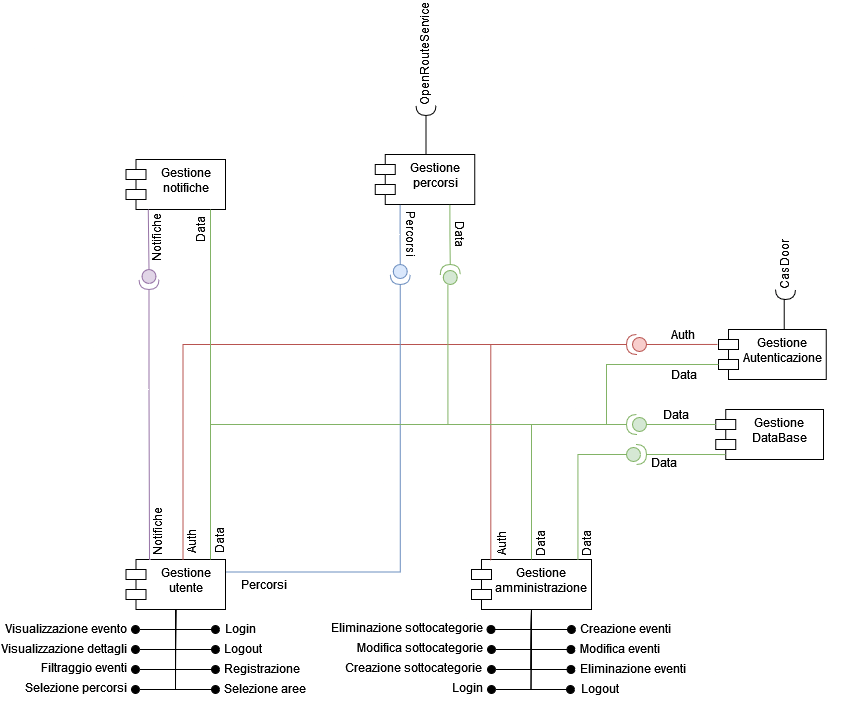
ELI20ZIVI/BeeLive keeps this draw.io diagram as Deliverable-2/Images/ComponentDiagram.png. Above is the earlier version. Source tidied: cells renumbered, new cells last; positions are measured from the earlier drawing's top-left corner, leaving out a move shared by most shapes.
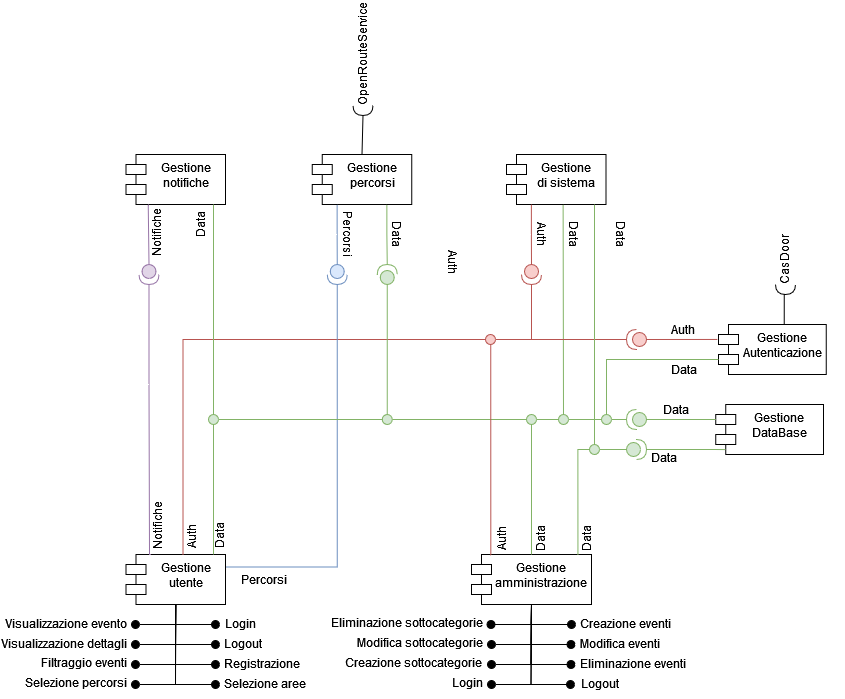
Above is the later version.

What changed in the source:
```diff
@@ -253,13 +253,11 @@
     <mxCell id="56" style="edgeStyle=orthogonalEdgeStyle;rounded=0;jettySize=auto;html=1;exitX=1;exitY=0.5;exitDx=0;exitDy=0;exitPerimeter=0;endArrow=none;endFill=0;fillColor=#f8cecc;strokeColor=#b85450;entryX=0.573;entryY=0.018;entryDx=0;entryDy=0;entryPerimeter=0;" parent="1" edge="1" source="10" target="2">
       <mxGeometry relative="1" as="geometry" />
     </mxCell>
-    <mxCell id="57" style="edgeStyle=orthogonalEdgeStyle;rounded=0;orthogonalLoop=1;jettySize=auto;html=1;entryX=1;entryY=0.5;entryDx=0;entryDy=0;entryPerimeter=0;endArrow=none;endFill=0;fillColor=#d5e8d4;strokeColor=#82b366;" parent="1" edge="1">
+    <mxCell id="57" style="edgeStyle=orthogonalEdgeStyle;rounded=0;jettySize=auto;html=1;entryX=1;entryY=0.5;entryDx=0;entryDy=0;entryPerimeter=0;endArrow=none;endFill=0;fillColor=#d5e8d4;strokeColor=#82b366;" parent="1" edge="1" target="53">
       <mxGeometry relative="1" as="geometry">
-        <mxPoint x="210" y="170" as="sourcePoint" />
-        <mxPoint x="626" y="385" as="targetPoint" />
+        <mxPoint x="213" y="170" as="sourcePoint" />
         <Array as="points">
-          <mxPoint x="210" y="170" />
-          <mxPoint x="210" y="385" />
+          <mxPoint x="213" y="385" />
         </Array>
       </mxGeometry>
     </mxCell>
@@ -280,17 +278,17 @@
       <mxGeometry relative="1" as="geometry" />
     </mxCell>
     <mxCell id="62" value="Gestione percorsi" style="shape=module;align=left;spacingLeft=20;align=center;verticalAlign=top;whiteSpace=wrap;html=1;" parent="1" vertex="1">
-      <mxGeometry x="374.8" y="115" width="99.5" height="50" as="geometry" />
+      <mxGeometry x="311.8" y="120" width="99.5" height="50" as="geometry" />
     </mxCell>
     <mxCell id="63" style="edgeStyle=orthogonalEdgeStyle;rounded=0;jettySize=auto;html=1;exitX=1;exitY=0.5;exitDx=0;exitDy=0;exitPerimeter=0;entryX=1;entryY=0.25;entryDx=0;entryDy=0;endArrow=none;endFill=0;fillColor=#dae8fc;strokeColor=#6c8ebf;" parent="1" edge="1" source="64" target="2">
       <mxGeometry relative="1" as="geometry">
         <Array as="points">
-          <mxPoint x="400" y="533" />
+          <mxPoint x="337" y="533" />
         </Array>
       </mxGeometry>
     </mxCell>
     <mxCell id="64" style="shape=providedRequiredInterface;html=1;verticalLabelPosition=bottom;sketch=0;rotation=90;fillColor=#dae8fc;strokeColor=#6c8ebf;" parent="1" vertex="1">
-      <mxGeometry x="389.8" y="225" width="20" height="20" as="geometry" />
+      <mxGeometry x="326.8" y="230" width="20" height="20" as="geometry" />
     </mxCell>
     <mxCell id="65" style="edgeStyle=orthogonalEdgeStyle;rounded=0;jettySize=auto;html=1;exitX=0.25;exitY=1;exitDx=0;exitDy=0;entryX=0;entryY=0.5;entryDx=0;entryDy=0;entryPerimeter=0;endArrow=none;endFill=0;fillColor=#dae8fc;strokeColor=#6c8ebf;" parent="1" edge="1" source="62" target="64">
       <mxGeometry relative="1" as="geometry" />
@@ -299,36 +297,34 @@
       <mxGeometry x="330" y="573" width="154" height="30" as="geometry" />
     </mxCell>
     <mxCell id="67" value="Percorsi" style="text;html=1;align=center;verticalAlign=middle;whiteSpace=wrap;rounded=0;rotation=90;" parent="1" vertex="1">
-      <mxGeometry x="377.8" y="180" width="68" height="30" as="geometry" />
+      <mxGeometry x="314.8" y="185" width="68" height="30" as="geometry" />
     </mxCell>
     <mxCell id="68" style="shape=providedRequiredInterface;html=1;verticalLabelPosition=bottom;sketch=0;rotation=-90;fillColor=#d5e8d4;strokeColor=#82b366;" parent="1" vertex="1">
-      <mxGeometry x="439.8" y="225" width="20" height="20" as="geometry" />
+      <mxGeometry x="376.8" y="230" width="20" height="20" as="geometry" />
     </mxCell>
     <mxCell id="69" style="edgeStyle=orthogonalEdgeStyle;rounded=0;jettySize=auto;html=1;exitX=0.75;exitY=1;exitDx=0;exitDy=0;entryX=1;entryY=0.5;entryDx=0;entryDy=0;entryPerimeter=0;endArrow=none;endFill=0;fillColor=#d5e8d4;strokeColor=#82b366;" parent="1" edge="1" source="62" target="68">
       <mxGeometry relative="1" as="geometry" />
     </mxCell>
-    <mxCell id="70" style="edgeStyle=orthogonalEdgeStyle;rounded=0;orthogonalLoop=1;jettySize=auto;html=1;exitX=0;exitY=0.5;exitDx=0;exitDy=0;exitPerimeter=0;entryX=0.873;entryY=0;entryDx=0;entryDy=0;entryPerimeter=0;endArrow=none;endFill=0;fillColor=#d5e8d4;strokeColor=#82b366;" parent="1" edge="1">
+    <mxCell id="70" style="edgeStyle=orthogonalEdgeStyle;rounded=0;jettySize=auto;html=1;exitX=0;exitY=0.5;exitDx=0;exitDy=0;exitPerimeter=0;entryX=0.873;entryY=0;entryDx=0;entryDy=0;entryPerimeter=0;endArrow=none;endFill=0;fillColor=#d5e8d4;strokeColor=#82b366;" parent="1" edge="1" source="68">
       <mxGeometry relative="1" as="geometry">
-        <mxPoint x="447.4" y="245" as="sourcePoint" />
-        <mxPoint x="210" y="520" as="targetPoint" />
+        <mxPoint x="213" y="520" as="targetPoint" />
         <Array as="points">
-          <mxPoint x="622.6" y="385" />
-          <mxPoint x="209.6" y="385" />
-          <mxPoint x="209.6" y="520" />
+          <mxPoint x="387" y="385" />
+          <mxPoint x="213" y="385" />
         </Array>
       </mxGeometry>
     </mxCell>
     <mxCell id="71" value="Data" style="text;html=1;align=center;verticalAlign=middle;whiteSpace=wrap;rounded=0;rotation=90;" parent="1" vertex="1">
-      <mxGeometry x="426.8" y="180" width="68" height="30" as="geometry" />
+      <mxGeometry x="363.8" y="185" width="68" height="30" as="geometry" />
     </mxCell>
     <mxCell id="72" value="CasDoor" style="text;html=1;align=center;verticalAlign=middle;whiteSpace=wrap;rounded=0;rotation=-90;" parent="1" vertex="1">
       <mxGeometry x="754" y="210" width="60" height="30" as="geometry" />
     </mxCell>
     <mxCell id="73" style="shape=requiredInterface;html=1;verticalLabelPosition=bottom;sketch=0;rotation=90;" parent="1" vertex="1">
-      <mxGeometry x="420.5" y="61" width="10" height="20" as="geometry" />
+      <mxGeometry x="357.5" y="66" width="10" height="20" as="geometry" />
     </mxCell>
     <mxCell id="74" value="OpenRouteService" style="text;html=1;align=center;verticalAlign=middle;whiteSpace=wrap;rounded=0;rotation=-90;" parent="1" vertex="1">
-      <mxGeometry x="370" width="109" height="29" as="geometry" />
+      <mxGeometry x="307" y="5" width="109" height="29" as="geometry" />
     </mxCell>
     <mxCell id="75" style="edgeStyle=orthogonalEdgeStyle;rounded=0;jettySize=auto;html=1;exitX=0.5;exitY=0;exitDx=0;exitDy=0;entryX=1;entryY=0.5;entryDx=0;entryDy=0;entryPerimeter=0;endArrow=none;endFill=0;" parent="1" edge="1" source="62" target="73">
       <mxGeometry relative="1" as="geometry" />
@@ -364,5 +360,74 @@
     <mxCell id="82" value="Logout" style="text;html=1;align=center;verticalAlign=middle;whiteSpace=wrap;rounded=0;" parent="1" vertex="1">
       <mxGeometry x="570" y="634" width="60" height="30" as="geometry" />
     </mxCell>
+    <mxCell id="83" value="Gestione &lt;br&gt;di sistema" style="shape=module;align=left;spacingLeft=20;align=center;verticalAlign=top;whiteSpace=wrap;html=1;" parent="1" vertex="1">
+      <mxGeometry x="506" y="120" width="99.5" height="50" as="geometry" />
+    </mxCell>
+    <mxCell id="84" style="shape=providedRequiredInterface;html=1;verticalLabelPosition=bottom;sketch=0;rotation=90;fillColor=#f8cecc;strokeColor=#b85450;" parent="1" vertex="1">
+      <mxGeometry x="521" y="230" width="20" height="20" as="geometry" />
+    </mxCell>
+    <mxCell id="85" style="edgeStyle=orthogonalEdgeStyle;rounded=0;jettySize=auto;html=1;exitX=0.25;exitY=1;exitDx=0;exitDy=0;entryX=0;entryY=0.5;entryDx=0;entryDy=0;entryPerimeter=0;endArrow=none;endFill=0;fillColor=#f8cecc;strokeColor=#b85450;" parent="1" edge="1" source="83" target="84">
+      <mxGeometry relative="1" as="geometry" />
+    </mxCell>
+    <mxCell id="86" value="Data" style="text;html=1;align=center;verticalAlign=middle;whiteSpace=wrap;rounded=0;rotation=90;" parent="1" vertex="1">
+      <mxGeometry x="540" y="185" width="68" height="30" as="geometry" />
+    </mxCell>
+    <mxCell id="87" style="edgeStyle=orthogonalEdgeStyle;rounded=0;jettySize=auto;html=1;exitX=0.75;exitY=1;exitDx=0;exitDy=0;entryX=1;entryY=0.5;entryDx=0;entryDy=0;entryPerimeter=0;endArrow=none;endFill=0;fillColor=#d5e8d4;strokeColor=#82b366;" parent="1" edge="1" target="53">
+      <mxGeometry relative="1" as="geometry">
+        <mxPoint x="562.6" y="170" as="sourcePoint" />
+        <Array as="points">
+          <mxPoint x="563" y="171" />
+          <mxPoint x="563" y="385" />
+        </Array>
+      </mxGeometry>
+    </mxCell>
+    <mxCell id="88" value="Auth" style="text;html=1;align=center;verticalAlign=middle;whiteSpace=wrap;rounded=0;rotation=90;" parent="1" vertex="1">
+      <mxGeometry x="419" y="213" width="68" height="30" as="geometry" />
+    </mxCell>
+    <mxCell id="89" style="edgeStyle=orthogonalEdgeStyle;rounded=0;jettySize=auto;html=1;exitX=0.75;exitY=1;exitDx=0;exitDy=0;entryX=0;entryY=0.5;entryDx=0;entryDy=0;entryPerimeter=0;endArrow=none;endFill=0;fillColor=#d5e8d4;strokeColor=#82b366;" parent="1" edge="1" source="94" target="59">
+      <mxGeometry relative="1" as="geometry">
+        <Array as="points">
+          <mxPoint x="594" y="415" />
+        </Array>
+      </mxGeometry>
+    </mxCell>
+    <mxCell id="90" value="Data" style="text;html=1;align=center;verticalAlign=middle;whiteSpace=wrap;rounded=0;rotation=90;" parent="1" vertex="1">
+      <mxGeometry x="587" y="185" width="68" height="30" as="geometry" />
+    </mxCell>
+    <mxCell id="91" value="&lt;div&gt;Auth&lt;/div&gt;" style="text;html=1;align=center;verticalAlign=middle;whiteSpace=wrap;rounded=0;rotation=90;" parent="1" vertex="1">
+      <mxGeometry x="512" y="185" width="60" height="30" as="geometry" />
+    </mxCell>
+    <mxCell id="92" style="edgeStyle=orthogonalEdgeStyle;rounded=0;jettySize=auto;html=1;exitX=1;exitY=0.5;exitDx=0;exitDy=0;exitPerimeter=0;entryX=1;entryY=0.5;entryDx=0;entryDy=0;entryPerimeter=0;endArrow=none;endFill=0;fillColor=#f8cecc;strokeColor=#b85450;" parent="1" edge="1" source="84" target="10">
+      <mxGeometry relative="1" as="geometry" />
+    </mxCell>
+    <mxCell id="93" style="edgeStyle=orthogonalEdgeStyle;rounded=0;jettySize=auto;html=1;exitX=0.75;exitY=1;exitDx=0;exitDy=0;entryX=0;entryY=0.5;entryDx=0;entryDy=0;entryPerimeter=0;endArrow=none;endFill=0;fillColor=#d5e8d4;strokeColor=#82b366;" parent="1" edge="1" target="94">
+      <mxGeometry relative="1" as="geometry">
+        <mxPoint x="594" y="170" as="sourcePoint" />
+        <Array as="points">
+          <mxPoint x="594" y="415" />
+        </Array>
+      </mxGeometry>
+    </mxCell>
+    <mxCell id="94" style="ellipse;whiteSpace=wrap;html=1;points=[];fillColor=#d5e8d4;strokeColor=#82b366;" parent="1" vertex="1">
+      <mxGeometry x="589" y="410" width="10" height="10" as="geometry" />
+    </mxCell>
+    <mxCell id="95" style="ellipse;whiteSpace=wrap;html=1;fillColor=#d5e8d4;strokeColor=#82b366;" parent="1" vertex="1">
+      <mxGeometry x="601" y="380" width="10" height="10" as="geometry" />
+    </mxCell>
+    <mxCell id="96" style="ellipse;whiteSpace=wrap;html=1;fillColor=#d5e8d4;strokeColor=#82b366;" parent="1" vertex="1">
+      <mxGeometry x="558" y="380" width="10" height="10" as="geometry" />
+    </mxCell>
+    <mxCell id="97" style="ellipse;whiteSpace=wrap;html=1;fillColor=#d5e8d4;strokeColor=#82b366;" parent="1" vertex="1">
+      <mxGeometry x="526" y="380" width="10" height="10" as="geometry" />
+    </mxCell>
+    <mxCell id="98" style="ellipse;whiteSpace=wrap;html=1;fillColor=#d5e8d4;strokeColor=#82b366;" parent="1" vertex="1">
+      <mxGeometry x="381.8" y="380" width="10" height="10" as="geometry" />
+    </mxCell>
+    <mxCell id="99" style="ellipse;whiteSpace=wrap;html=1;fillColor=#d5e8d4;strokeColor=#82b366;" parent="1" vertex="1">
+      <mxGeometry x="208" y="380" width="10" height="10" as="geometry" />
+    </mxCell>
+    <mxCell id="100" style="ellipse;whiteSpace=wrap;html=1;fillColor=#f8cecc;strokeColor=#b85450;" parent="1" vertex="1">
+      <mxGeometry x="485" y="300" width="10" height="10" as="geometry" />
+    </mxCell>
   </root>
 </mxGraphModel>
```
